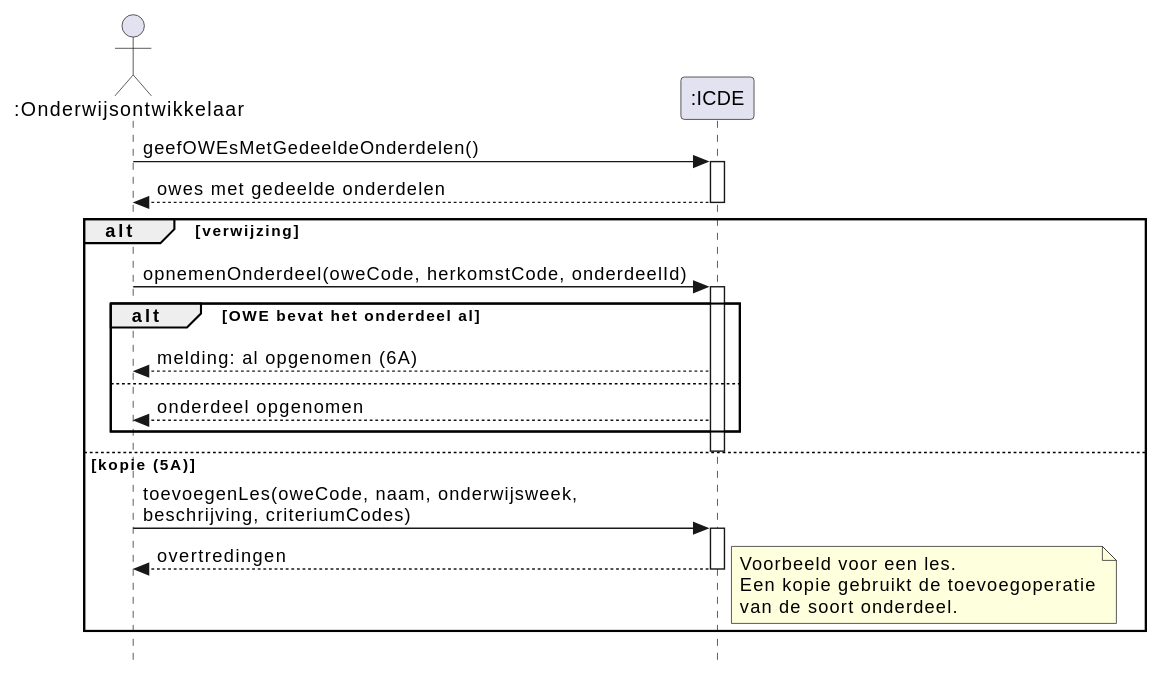
The PlantUML diagram docs/diagrams/ssd-uc07-hergebruiken-onderdeel.svg in HAN-Craftsmanship-KL-JJG/casus, before a commit.
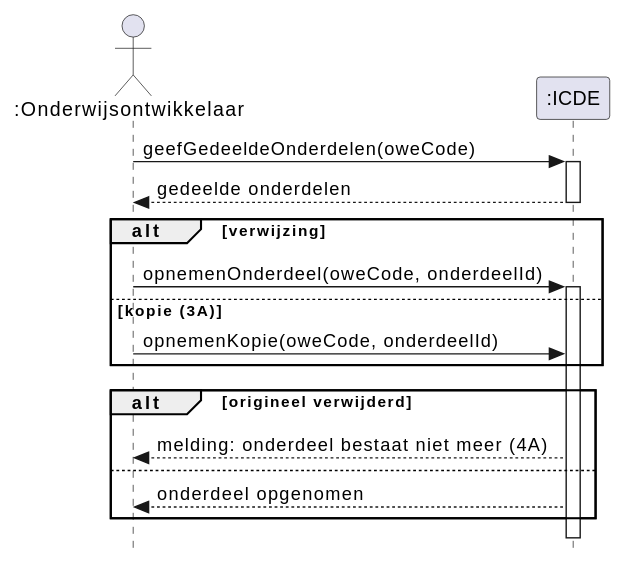
The same diagram one commit later.

Diff of the diagram source:
```diff
@@ -7,28 +7,20 @@
 actor ":Onderwijsontwikkelaar" as ontwikkelaar
 participant ":ICDE" as icde
 
-ontwikkelaar -> icde : geefOWEsMetGedeeldeOnderdelen()
+ontwikkelaar -> icde : geefGedeeldeOnderdelen(oweCode)
 activate icde
-icde --> ontwikkelaar : owes met gedeelde onderdelen
+icde --> ontwikkelaar : gedeelde onderdelen
 deactivate icde
 alt verwijzing
-  ontwikkelaar -> icde : opnemenOnderdeel(oweCode, herkomstCode, onderdeelId)
+  ontwikkelaar -> icde : opnemenOnderdeel(oweCode, onderdeelId)
   activate icde
-  alt OWE bevat het onderdeel al
-    icde --> ontwikkelaar : melding: al opgenomen (6A)
-  else
-    icde --> ontwikkelaar : onderdeel opgenomen
-  end
-  deactivate icde
-else kopie (5A)
-  ontwikkelaar -> icde : toevoegenLes(oweCode, naam, onderwijsweek,\nbeschrijving, criteriumCodes)
-  activate icde
-  icde --> ontwikkelaar : overtredingen
-  deactivate icde
-  note right
-    Voorbeeld voor een les.
-    Een kopie gebruikt de toevoegoperatie
-    van de soort onderdeel.
-  end note
+else kopie (3A)
+  ontwikkelaar -> icde : opnemenKopie(oweCode, onderdeelId)
 end
+alt origineel verwijderd
+  icde --> ontwikkelaar : melding: onderdeel bestaat niet meer (4A)
+else
+  icde --> ontwikkelaar : onderdeel opgenomen
+end
+deactivate icde
 @enduml
```
